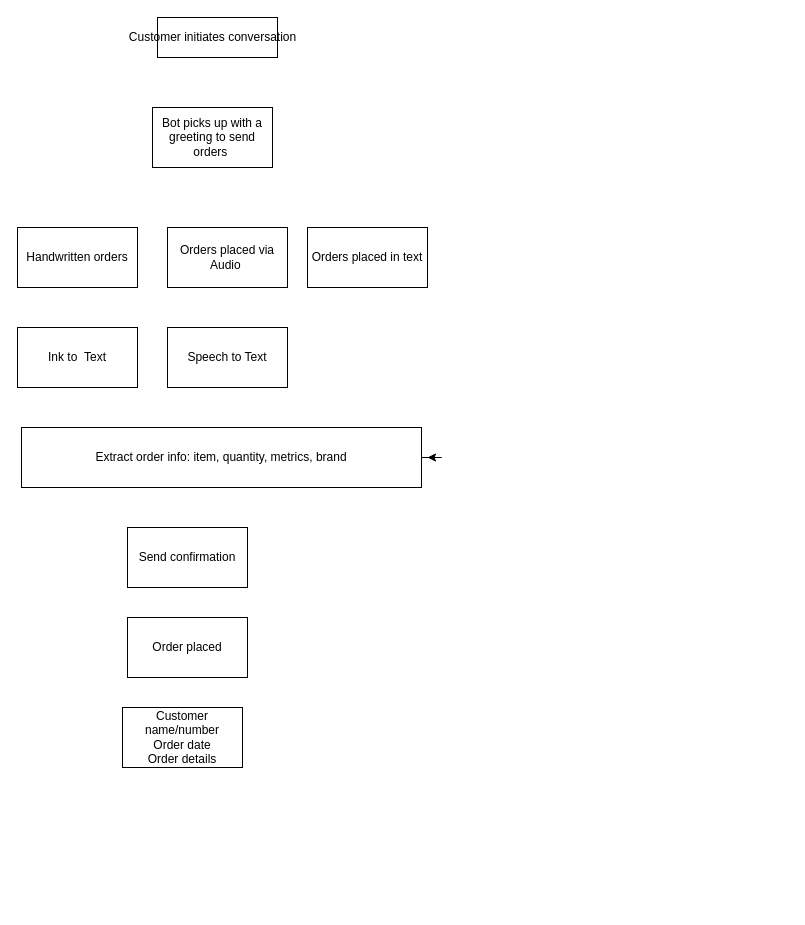
Before: Untitled Diagram.drawio in hsachinraj/retail, a draw.io diagram. Source tidied: cells renumbered, new cells numbered last; positions are measured from the earlier drawing's top-left corner, leaving out a move shared by most shapes. Both pictures are drawn from the tidied source at 100%, with x=0, y=0 at pixel (17, 17).
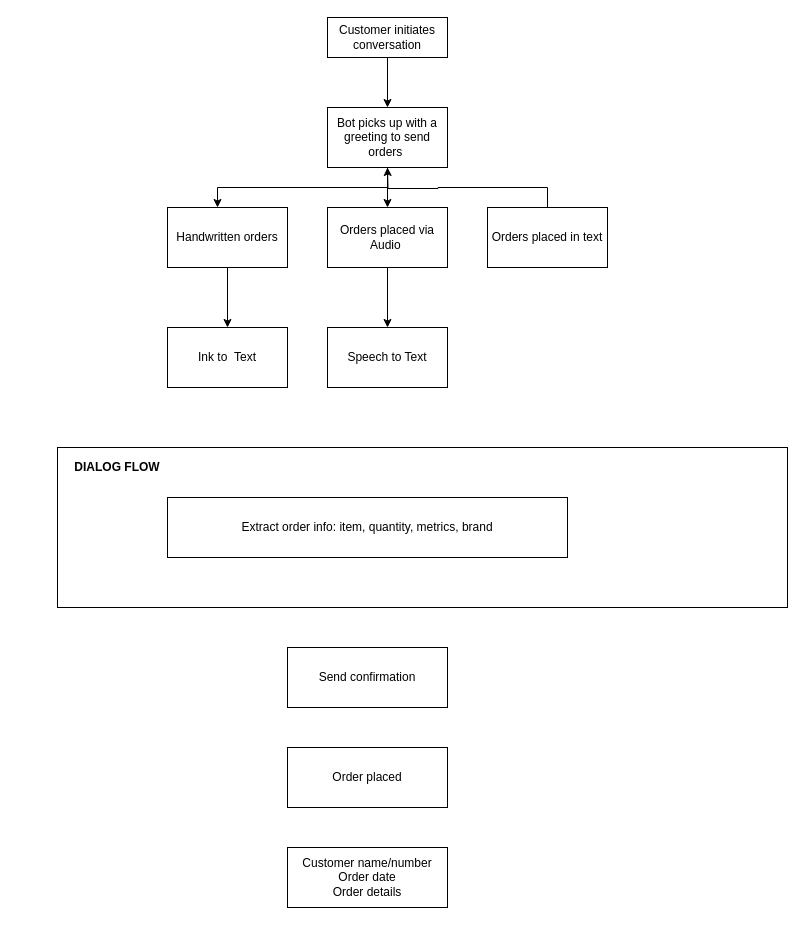
Above is the later version.

What changed in the source:
```diff
@@
+    <mxCell id="15" style="rounded=0;whiteSpace=wrap;html=1;" parent="1" vertex="1">
+      <mxGeometry x="40" y="430" width="730" height="160" as="geometry" />
+    </mxCell>
+    <mxCell id="16" style="edgeStyle=orthogonalEdgeStyle;rounded=0;jettySize=auto;html=1;exitX=0.5;exitY=1;exitDx=0;exitDy=0;entryX=0.5;entryY=0;entryDx=0;entryDy=0;" parent="1" edge="1" source="2" target="4">
+      <mxGeometry relative="1" as="geometry" />
+    </mxCell>
-    <mxCell id="2" style="whiteSpace=wrap;html=1;" parent="1" vertex="1">
-      <mxGeometry x="140" width="120" height="40" as="geometry" />
+    <mxCell id="2" value="Customer initiates conversation" style="whiteSpace=wrap;html=1;" parent="1" vertex="1">
+      <mxGeometry x="310" width="120" height="40" as="geometry" />
     </mxCell>
-    <mxCell id="3" value="Customer initiates conversation" style="text;html=1;align=center;verticalAlign=middle;fillColor=none;strokeColor=none;rounded=0;" parent="1" vertex="1">
-      <mxGeometry x="105" y="10" width="180" height="20" as="geometry" />
-    </mxCell>
+    <mxCell id="17" style="edgeStyle=orthogonalEdgeStyle;rounded=0;jettySize=auto;html=1;exitX=0.5;exitY=1;exitDx=0;exitDy=0;entryX=0.417;entryY=0;entryDx=0;entryDy=0;entryPerimeter=0;" parent="1" edge="1" source="4" target="5">
+      <mxGeometry relative="1" as="geometry" />
+    </mxCell>
+    <mxCell id="18" style="edgeStyle=orthogonalEdgeStyle;rounded=0;jettySize=auto;html=1;entryX=0.5;entryY=0;entryDx=0;entryDy=0;" parent="1" edge="1" source="4" target="6">
+      <mxGeometry relative="1" as="geometry" />
+    </mxCell>
     <mxCell id="4" value="Bot picks up with a greeting to send orders&amp;nbsp;" style="whiteSpace=wrap;html=1;" parent="1" vertex="1">
-      <mxGeometry x="135" y="90" width="120" height="60" as="geometry" />
+      <mxGeometry x="310" y="90" width="120" height="60" as="geometry" />
     </mxCell>
+    <mxCell id="19" style="edgeStyle=orthogonalEdgeStyle;rounded=0;jettySize=auto;html=1;exitX=0.5;exitY=1;exitDx=0;exitDy=0;entryX=0.5;entryY=0;entryDx=0;entryDy=0;" parent="1" edge="1" source="5" target="9">
+      <mxGeometry relative="1" as="geometry" />
+    </mxCell>
     <mxCell id="5" value="Handwritten orders" style="whiteSpace=wrap;html=1;" parent="1" vertex="1">
-      <mxGeometry y="210" width="120" height="60" as="geometry" />
+      <mxGeometry x="150" y="190" width="120" height="60" as="geometry" />
     </mxCell>
+    <mxCell id="20" style="edgeStyle=orthogonalEdgeStyle;rounded=0;jettySize=auto;html=1;exitX=0.5;exitY=1;exitDx=0;exitDy=0;entryX=0.5;entryY=0;entryDx=0;entryDy=0;" parent="1" edge="1" source="6" target="8">
+      <mxGeometry relative="1" as="geometry" />
+    </mxCell>
     <mxCell id="6" value="Orders placed via Audio&amp;nbsp;" style="whiteSpace=wrap;html=1;" parent="1" vertex="1">
-      <mxGeometry x="150" y="210" width="120" height="60" as="geometry" />
+      <mxGeometry x="310" y="190" width="120" height="60" as="geometry" />
     </mxCell>
+    <mxCell id="21" style="edgeStyle=orthogonalEdgeStyle;rounded=0;jettySize=auto;html=1;exitX=0.5;exitY=0;exitDx=0;exitDy=0;" parent="1" edge="1" source="7">
+      <mxGeometry relative="1" as="geometry">
+        <mxPoint x="370" y="150" as="targetPoint" />
+      </mxGeometry>
+    </mxCell>
     <mxCell id="7" value="Orders placed in text" style="whiteSpace=wrap;html=1;" parent="1" vertex="1">
-      <mxGeometry x="290" y="210" width="120" height="60" as="geometry" />
+      <mxGeometry x="470" y="190" width="120" height="60" as="geometry" />
     </mxCell>
     <mxCell id="8" value="Speech to Text" style="whiteSpace=wrap;html=1;" parent="1" vertex="1">
-      <mxGeometry x="150" y="310" width="120" height="60" as="geometry" />
+      <mxGeometry x="310" y="310" width="120" height="60" as="geometry" />
     </mxCell>
     <mxCell id="9" value="Ink to &amp;nbsp;Text" style="whiteSpace=wrap;html=1;" parent="1" vertex="1">
-      <mxGeometry y="310" width="120" height="60" as="geometry" />
+      <mxGeometry x="150" y="310" width="120" height="60" as="geometry" />
     </mxCell>
-    <mxCell id="10" style="edgeStyle=orthogonalEdgeStyle;rounded=0;jettySize=auto;html=1;" parent="1" edge="1" source="11">
-      <mxGeometry relative="1" as="geometry">
-        <mxPoint x="410" y="440" as="targetPoint" />
-      </mxGeometry>
-    </mxCell>
     <mxCell id="11" value="Extract order info: item, quantity, metrics, brand" style="whiteSpace=wrap;html=1;" parent="1" vertex="1">
-      <mxGeometry x="4" y="410" width="400" height="60" as="geometry" />
+      <mxGeometry x="150" y="480" width="400" height="60" as="geometry" />
     </mxCell>
     <mxCell id="12" value="Send confirmation" style="whiteSpace=wrap;html=1;" parent="1" vertex="1">
-      <mxGeometry x="110" y="510" width="120" height="60" as="geometry" />
+      <mxGeometry x="270" y="630" width="160" height="60" as="geometry" />
     </mxCell>
     <mxCell id="13" value="Order placed" style="whiteSpace=wrap;html=1;" parent="1" vertex="1">
-      <mxGeometry x="110" y="600" width="120" height="60" as="geometry" />
+      <mxGeometry x="270" y="730" width="160" height="60" as="geometry" />
     </mxCell>
     <mxCell id="14" value="Customer name/number&lt;br&gt;Order date&lt;br&gt;Order details" style="whiteSpace=wrap;html=1;" parent="1" vertex="1">
-      <mxGeometry x="105" y="690" width="120" height="60" as="geometry" />
+      <mxGeometry x="270" y="830" width="160" height="60" as="geometry" />
     </mxCell>
+    <mxCell id="22" value="&lt;b&gt;DIALOG FLOW&lt;/b&gt;" style="text;html=1;strokeColor=none;fillColor=none;align=center;verticalAlign=middle;whiteSpace=wrap;rounded=0;" parent="1" vertex="1">
+      <mxGeometry x="50" y="440" width="100" height="20" as="geometry" />
+    </mxCell>
```
